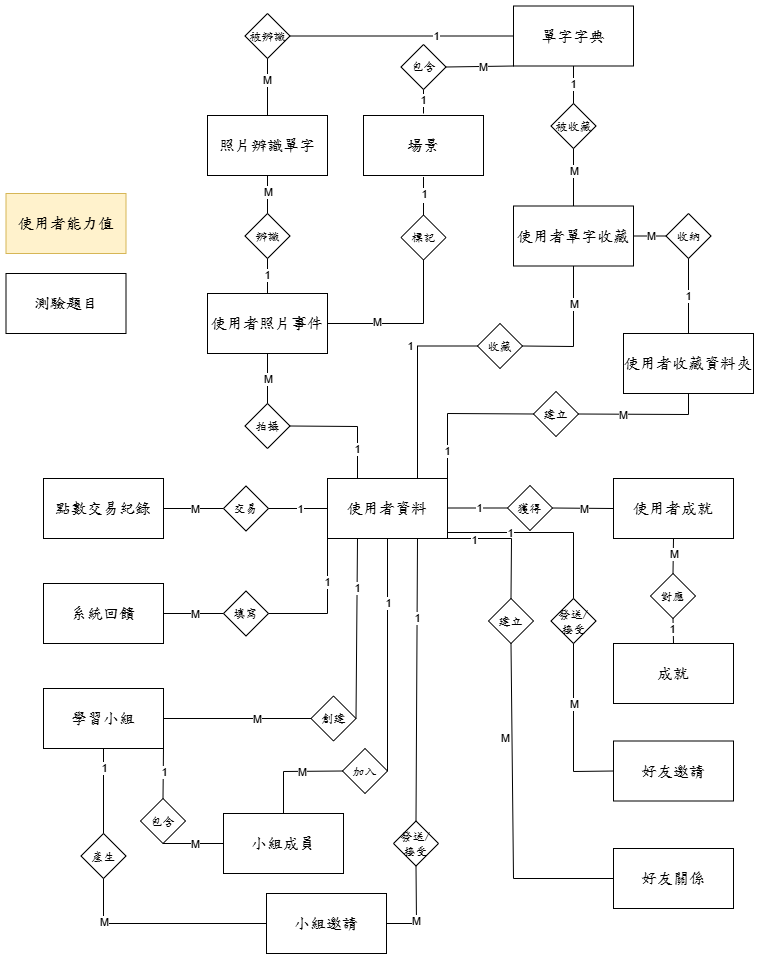
Before: 系統文件/第7、8章/7-1 ERD.drawio.png, a diagram exported from draw.io (s22452007/115502). Source tidied: cells renumbered, new cells last; positions are measured from the earlier drawing's top-left corner, leaving out a move shared by most shapes.
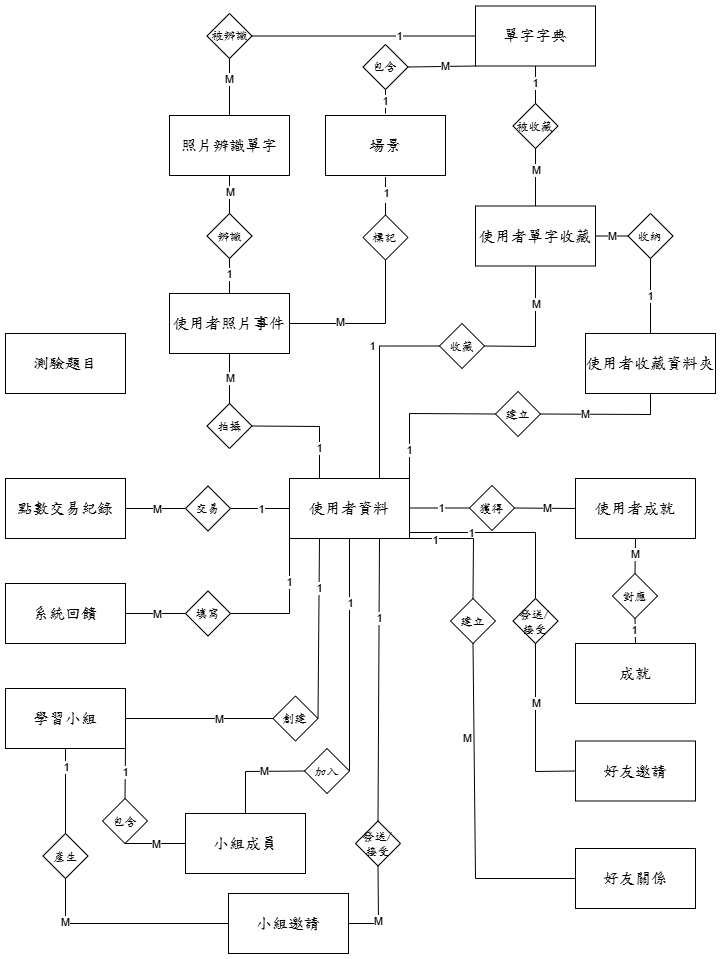
Later version of the same file.

Diff of the diagram source:
```diff
@@ -12,11 +12,8 @@
       <mxGeometry x="508" y="0.5" width="120" height="60" as="geometry" />
     </mxCell>
     <mxCell id="5" value="&lt;span style=&quot;font-size:12.0pt;font-family:標楷體;&lt;br/&gt;mso-bidi-font-family:&amp;quot;Times New Roman&amp;quot;;mso-bidi-theme-font:minor-bidi;&lt;br/&gt;mso-ansi-language:EN-US;mso-fareast-language:ZH-TW;mso-bidi-language:AR-SA&quot;&gt;測驗題目&lt;/span&gt;" style="rounded=0;whiteSpace=wrap;html=1;" parent="1" vertex="1">
-      <mxGeometry x="0.5" y="268" width="120" height="60" as="geometry" />
+      <mxGeometry x="38" y="328" width="120" height="60" as="geometry" />
     </mxCell>
-    <mxCell id="6" value="&lt;span style=&quot;font-size:12.0pt;font-family:標楷體;&lt;br/&gt;mso-bidi-font-family:&amp;quot;Times New Roman&amp;quot;;mso-bidi-theme-font:minor-bidi;&lt;br/&gt;mso-ansi-language:EN-US;mso-fareast-language:ZH-TW;mso-bidi-language:AR-SA&quot;&gt;使用者能力值&lt;/span&gt;" style="rounded=0;whiteSpace=wrap;html=1;fillColor=#fff2cc;strokeColor=#d6b656;" parent="1" vertex="1">
-      <mxGeometry x="0.5" y="188" width="120" height="60" as="geometry" />
-    </mxCell>
     <mxCell id="7" value="&lt;span style=&quot;font-size:12.0pt;font-family:標楷體;&lt;br/&gt;mso-bidi-font-family:&amp;quot;Times New Roman&amp;quot;;mso-bidi-theme-font:minor-bidi;&lt;br/&gt;mso-ansi-language:EN-US;mso-fareast-language:ZH-TW;mso-bidi-language:AR-SA&quot;&gt;使用者照片事件&lt;/span&gt;" style="rounded=0;whiteSpace=wrap;html=1;" parent="1" vertex="1">
       <mxGeometry x="202" y="288" width="120" height="60" as="geometry" />
     </mxCell>
```
